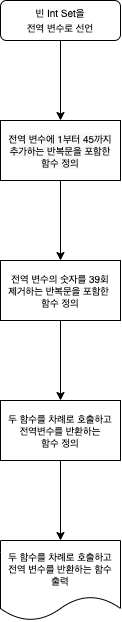
Earlier version of the draw.io export week2_step1.png (yagom-academy/swift-starter-Round2). Source tidied: cells renumbered, new cells last; positions are measured from the earlier drawing's top-left corner, leaving out a move shared by most shapes. Source of this version:
```xml
<mxGraphModel>
  <root>
    <mxCell id="0" />
    <mxCell id="1" parent="0" />
    <mxCell id="2" style="edgeStyle=orthogonalEdgeStyle;rounded=0;jettySize=auto;html=1;" parent="1" edge="1" source="3">
      <mxGeometry relative="1" as="geometry">
        <mxPoint x="60" y="120" as="targetPoint" />
      </mxGeometry>
    </mxCell>
    <mxCell id="3" value="&lt;font style=&quot;font-size: 10px&quot;&gt;빈 Int Set을&lt;br&gt;전역 변수로 선언&lt;br&gt;&lt;/font&gt;" style="rounded=1;whiteSpace=wrap;html=1;fontSize=12;glass=0;strokeWidth=1;shadow=0;" parent="1" vertex="1">
      <mxGeometry width="120" height="40" as="geometry" />
    </mxCell>
    <mxCell id="4" style="edgeStyle=orthogonalEdgeStyle;rounded=0;jettySize=auto;html=1;fontSize=10;" parent="1" edge="1" source="5" target="7">
      <mxGeometry relative="1" as="geometry" />
    </mxCell>
    <mxCell id="5" value="&lt;meta charset=&quot;utf-8&quot;&gt;&lt;span style=&quot;color: rgb(0, 0, 0); font-family: helvetica; font-size: 10px; font-style: normal; font-weight: 400; letter-spacing: normal; text-align: center; text-indent: 0px; text-transform: none; word-spacing: 0px; background-color: rgb(248, 249, 250); display: inline; float: none;&quot;&gt;전역 변수에 1부터 45까지&lt;/span&gt;&lt;br style=&quot;color: rgb(0, 0, 0); font-family: helvetica; font-size: 10px; font-style: normal; font-weight: 400; letter-spacing: normal; text-align: center; text-indent: 0px; text-transform: none; word-spacing: 0px; background-color: rgb(248, 249, 250);&quot;&gt;&lt;span style=&quot;color: rgb(0, 0, 0); font-family: helvetica; font-size: 10px; font-style: normal; font-weight: 400; letter-spacing: normal; text-align: center; text-indent: 0px; text-transform: none; word-spacing: 0px; background-color: rgb(248, 249, 250); display: inline; float: none;&quot;&gt;추가하는 반복문을 포함한&lt;/span&gt;&lt;br style=&quot;color: rgb(0, 0, 0); font-family: helvetica; font-size: 10px; font-style: normal; font-weight: 400; letter-spacing: normal; text-align: center; text-indent: 0px; text-transform: none; word-spacing: 0px; background-color: rgb(248, 249, 250);&quot;&gt;&lt;span style=&quot;color: rgb(0, 0, 0); font-family: helvetica; font-size: 10px; font-style: normal; font-weight: 400; letter-spacing: normal; text-align: center; text-indent: 0px; text-transform: none; word-spacing: 0px; background-color: rgb(248, 249, 250); display: inline; float: none;&quot;&gt;함수 정의&lt;/span&gt;" style="rounded=0;whiteSpace=wrap;html=1;fontSize=10;" parent="1" vertex="1">
      <mxGeometry y="120" width="120" height="60" as="geometry" />
    </mxCell>
    <mxCell id="6" style="edgeStyle=orthogonalEdgeStyle;rounded=0;jettySize=auto;html=1;fontSize=10;" parent="1" edge="1" source="7" target="9">
      <mxGeometry relative="1" as="geometry" />
    </mxCell>
    <mxCell id="7" value="&lt;font style=&quot;font-size: 10px&quot;&gt;전역 변수의 숫자를 39회&lt;br&gt;제거하는 반복문을 포함한 &lt;br&gt;함수 정의&lt;/font&gt;" style="rounded=0;whiteSpace=wrap;html=1;fontSize=10;" parent="1" vertex="1">
      <mxGeometry y="260" width="120" height="60" as="geometry" />
    </mxCell>
    <mxCell id="8" style="edgeStyle=orthogonalEdgeStyle;rounded=0;jettySize=auto;html=1;fontSize=10;" parent="1" edge="1" source="9" target="10">
      <mxGeometry relative="1" as="geometry" />
    </mxCell>
    <mxCell id="9" value="두 함수를 차례로 호출하고&lt;br&gt;전역변수를 반환하는&lt;br&gt;함수 정의" style="rounded=0;whiteSpace=wrap;html=1;fontSize=10;" parent="1" vertex="1">
      <mxGeometry y="400" width="120" height="60" as="geometry" />
    </mxCell>
    <mxCell id="10" value="두 함수를 차례로 호출하고&lt;br&gt;전역 변수를 반환하는 함수&lt;br&gt;출력" style="shape=document;whiteSpace=wrap;html=1;boundedLbl=1;fontSize=10;rounded=0;" parent="1" vertex="1">
      <mxGeometry y="540" width="120" height="80" as="geometry" />
    </mxCell>
  </root>
</mxGraphModel>
```
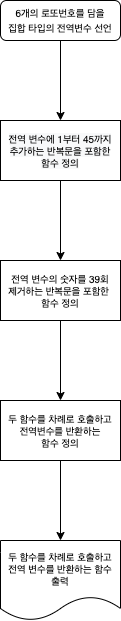
The same diagram one commit later.

Commit message:
feat : Week 2 step 1 순서도 추가

전역변수 선언 내용 변경

What changed in the source:
```diff
@@ -7,7 +7,7 @@
         <mxPoint x="60" y="120" as="targetPoint" />
       </mxGeometry>
     </mxCell>
-    <mxCell id="3" value="&lt;font style=&quot;font-size: 10px&quot;&gt;빈 Int Set을&lt;br&gt;전역 변수로 선언&lt;br&gt;&lt;/font&gt;" style="rounded=1;whiteSpace=wrap;html=1;fontSize=12;glass=0;strokeWidth=1;shadow=0;" parent="1" vertex="1">
+    <mxCell id="3" value="&lt;font&gt;&lt;span style=&quot;font-size: 10px&quot;&gt;6개의 로또번호를 담을&lt;br&gt;집합 타입의 전역변수 선언&lt;/span&gt;&lt;br&gt;&lt;/font&gt;" style="rounded=1;whiteSpace=wrap;html=1;fontSize=12;glass=0;strokeWidth=1;shadow=0;" parent="1" vertex="1">
       <mxGeometry width="120" height="40" as="geometry" />
     </mxCell>
     <mxCell id="4" style="edgeStyle=orthogonalEdgeStyle;rounded=0;jettySize=auto;html=1;fontSize=10;" parent="1" edge="1" source="5" target="7">
```
